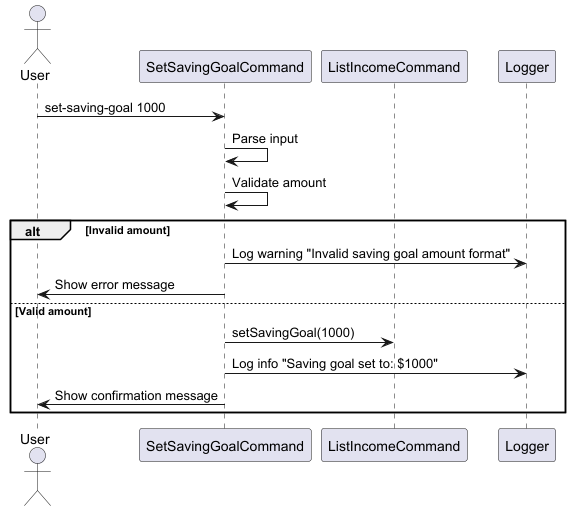
Above: docs/diagrams/setsavinggoal_command_sequence.png in thienkimtranhoang/tp (PlantUML), before the change. Its diagram source:
```plantuml
@startuml
actor User
participant "SetSavingGoalCommand" as SSG
participant "ListIncomeCommand" as LIC
participant "Logger" as Log

User -> SSG : set-saving-goal 1000
SSG -> SSG : Parse input
SSG -> SSG : Validate amount
alt Invalid amount
    SSG -> Log : Log warning "Invalid saving goal amount format"
    SSG -> User : Show error message
else Valid amount
    SSG -> LIC : setSavingGoal(1000)
    SSG -> Log : Log info "Saving goal set to: $1000"
    SSG -> User : Show confirmation message
end

@enduml
```
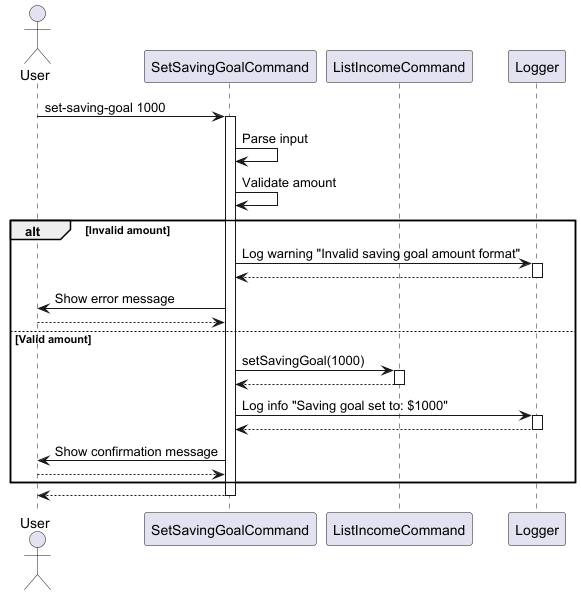
After the commit.

The edit, as a diff of the source:
```diff
@@ -1,19 +1,40 @@
 @startuml
+
 actor User
 participant "SetSavingGoalCommand" as SSG
 participant "ListIncomeCommand" as LIC
 participant "Logger" as Log
 
 User -> SSG : set-saving-goal 1000
+activate SSG
+
 SSG -> SSG : Parse input
 SSG -> SSG : Validate amount
+
 alt Invalid amount
     SSG -> Log : Log warning "Invalid saving goal amount format"
+    activate Log
+    Log --> SSG
+    deactivate Log
+
     SSG -> User : Show error message
+    User --> SSG
 else Valid amount
     SSG -> LIC : setSavingGoal(1000)
+    activate LIC
+    LIC --> SSG
+    deactivate LIC
+
     SSG -> Log : Log info "Saving goal set to: $1000"
+    activate Log
+    Log --> SSG
+    deactivate Log
+
     SSG -> User : Show confirmation message
+    User --> SSG
 end
 
+SSG --> User
+deactivate SSG
+
 @enduml
```
